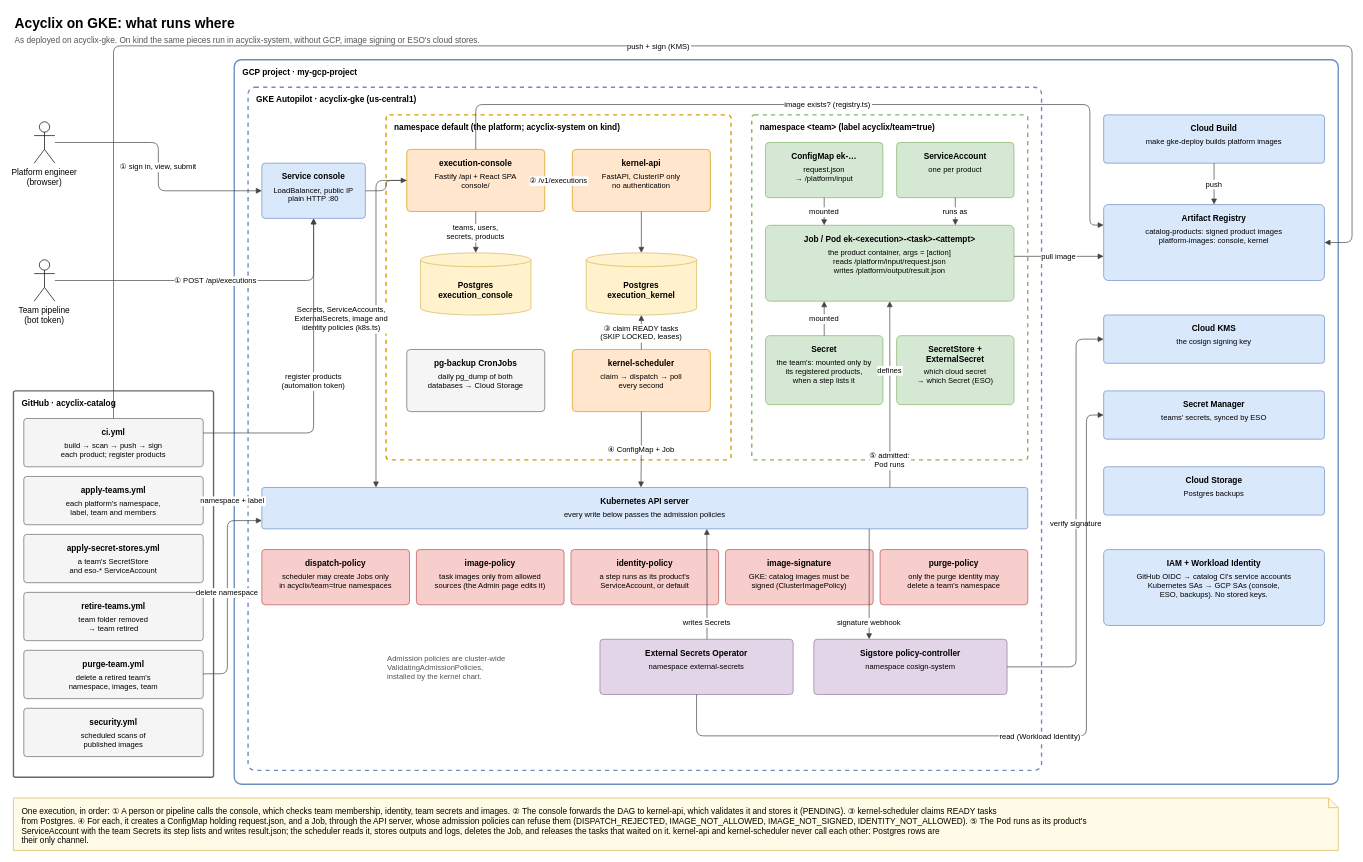
Earlier version of the draw.io diagram page "1 · System" (1 of 5) of docs/architecture/acyclix.drawio (rburns629/vertra). Source tidied: cells renumbered, new cells numbered last; positions are measured from the earlier drawing's top-left corner, leaving out a move shared by most shapes. Both pictures are drawn from the tidied source at 69%, with x=0, y=0 at pixel (13, 11).
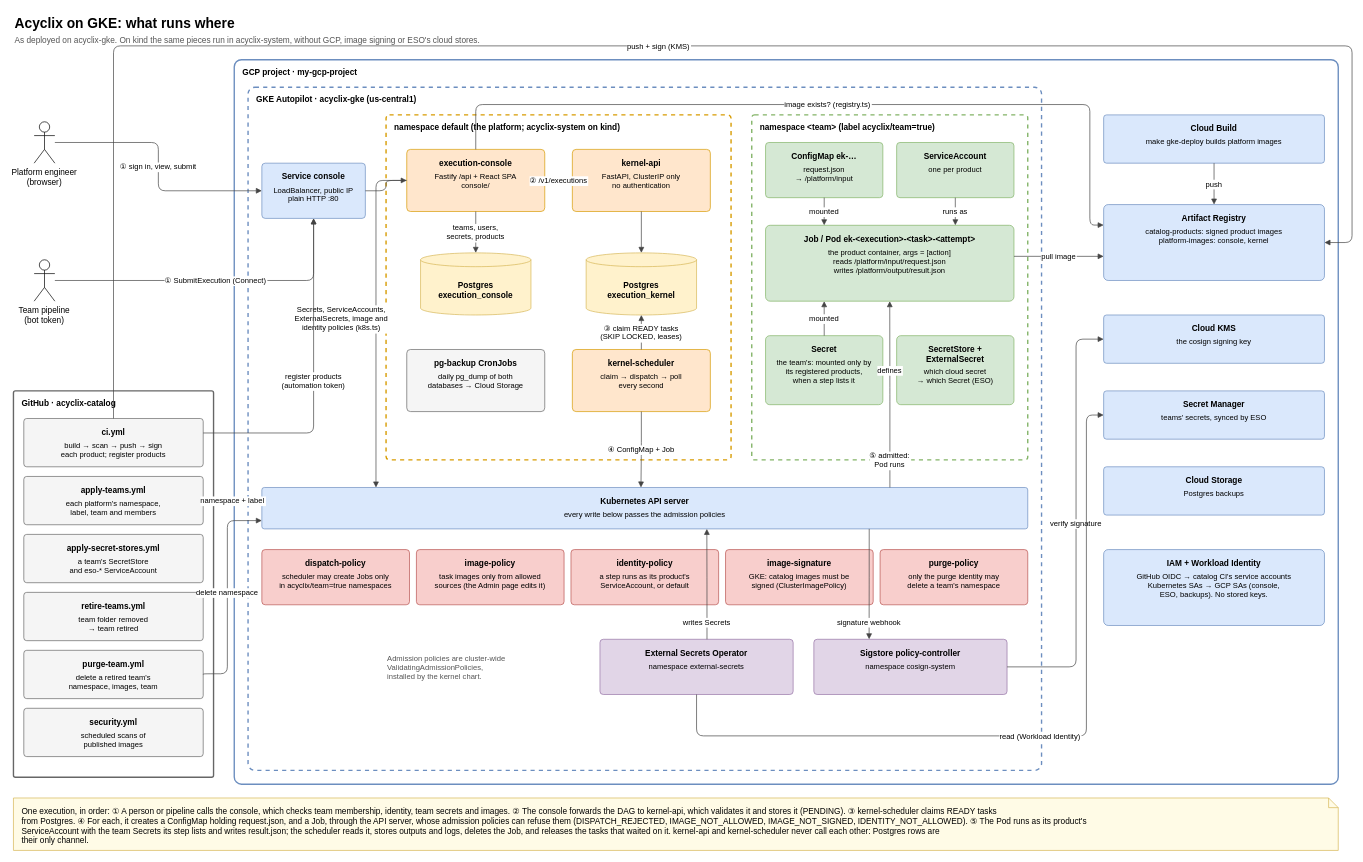
After the change.

The change refers to these unchanged cells:
```xml
<mxCell id="5" value="Team pipeline&#10;(bot token)" style="shape=umlActor;verticalLabelPosition=bottom;verticalAlign=top;outlineConnect=0;html=0;fontFamily=Helvetica;fontSize=12;" parent="1" vertex="1">
  <mxGeometry x="30" y="360" width="30" height="60" as="geometry" />
</mxCell>
<mxCell id="21" value="Service console" style="rounded=1;arcSize=6;fillColor=#dae8fc;strokeColor=#6c8ebf;html=0;fontFamily=Helvetica;fontSize=12;verticalAlign=top;spacingTop=6;fontStyle=1;" parent="1" vertex="1">
  <mxGeometry x="360" y="220" width="150" height="80" as="geometry" />
</mxCell>
```

The edit, as a diff of the source:
```diff
@@
-    <mxCell id="75" value="① POST /api/executions" style="edgeStyle=orthogonalEdgeStyle;rounded=1;jettySize=auto;html=0;endArrow=block;endFill=1;fontSize=11;labelBackgroundColor=#ffffff;strokeColor=#444444;" parent="1" edge="1" source="5" target="21">
+    <mxCell id="75" value="① SubmitExecution (Connect)" style="edgeStyle=orthogonalEdgeStyle;rounded=1;jettySize=auto;html=0;endArrow=block;endFill=1;fontSize=11;labelBackgroundColor=#ffffff;strokeColor=#444444;" parent="1" edge="1" source="5" target="21">
       <mxGeometry relative="1" as="geometry" />
     </mxCell>
```
